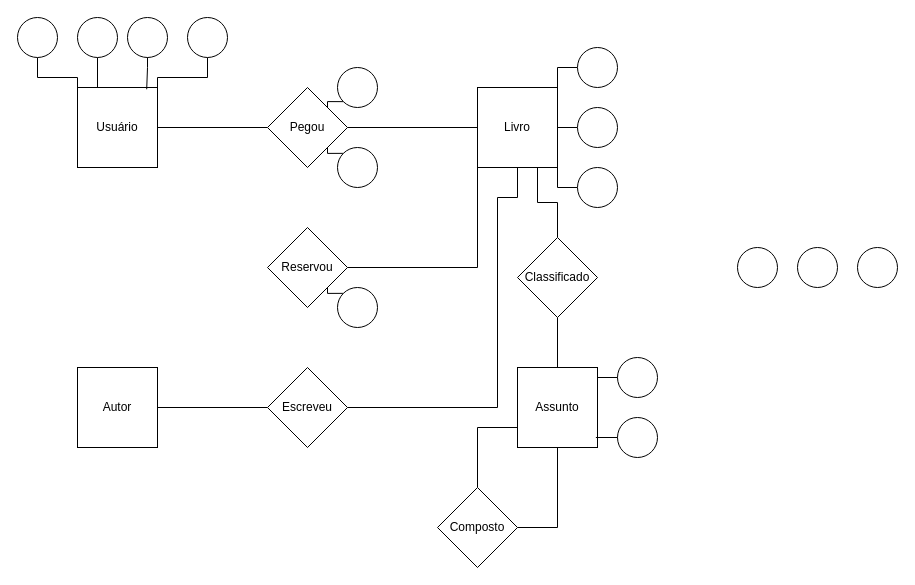
Before: Diagrama sem nome.drawio in Aliel101/Aliel101-Atividades, a draw.io diagram. Source tidied: cells renumbered, new cells numbered last; positions are measured from the earlier drawing's top-left corner, leaving out a move shared by most shapes. Both pictures are drawn from the tidied source at 100%, with x=0, y=0 at pixel (17, 17).
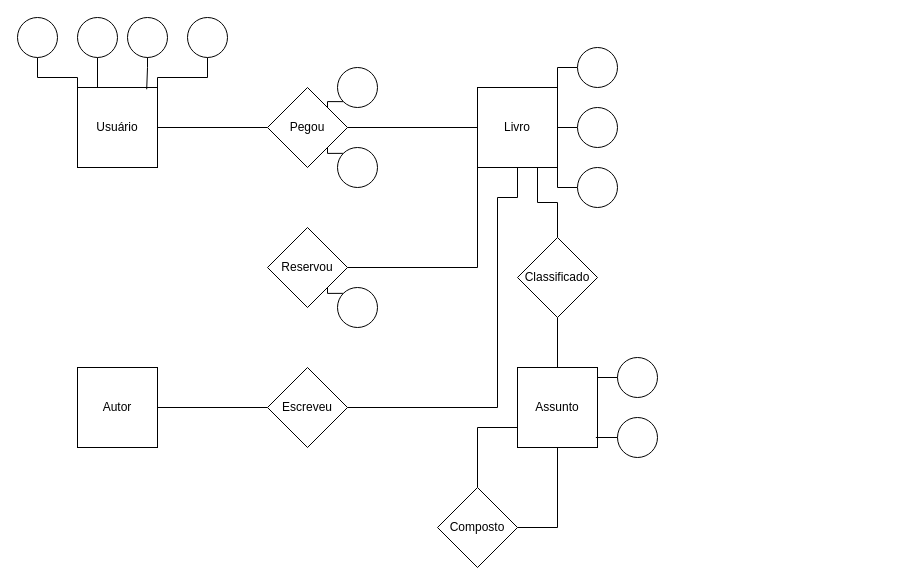
Above is the later version.

Commit message (it also covers changes not shown here):
Diagrama DER 02.drawio

The edit, as a diff of the source:
```diff
@@
-    <mxCell id="17" style="ellipse;whiteSpace=wrap;html=1;" parent="1" vertex="1">
-      <mxGeometry x="720" y="230" width="40" height="40" as="geometry" />
-    </mxCell>
-    <mxCell id="18" style="ellipse;whiteSpace=wrap;html=1;" parent="1" vertex="1">
-      <mxGeometry x="780" y="230" width="40" height="40" as="geometry" />
-    </mxCell>
-    <mxCell id="19" style="ellipse;whiteSpace=wrap;html=1;" parent="1" vertex="1">
-      <mxGeometry x="840" y="230" width="40" height="40" as="geometry" />
-    </mxCell>
```
